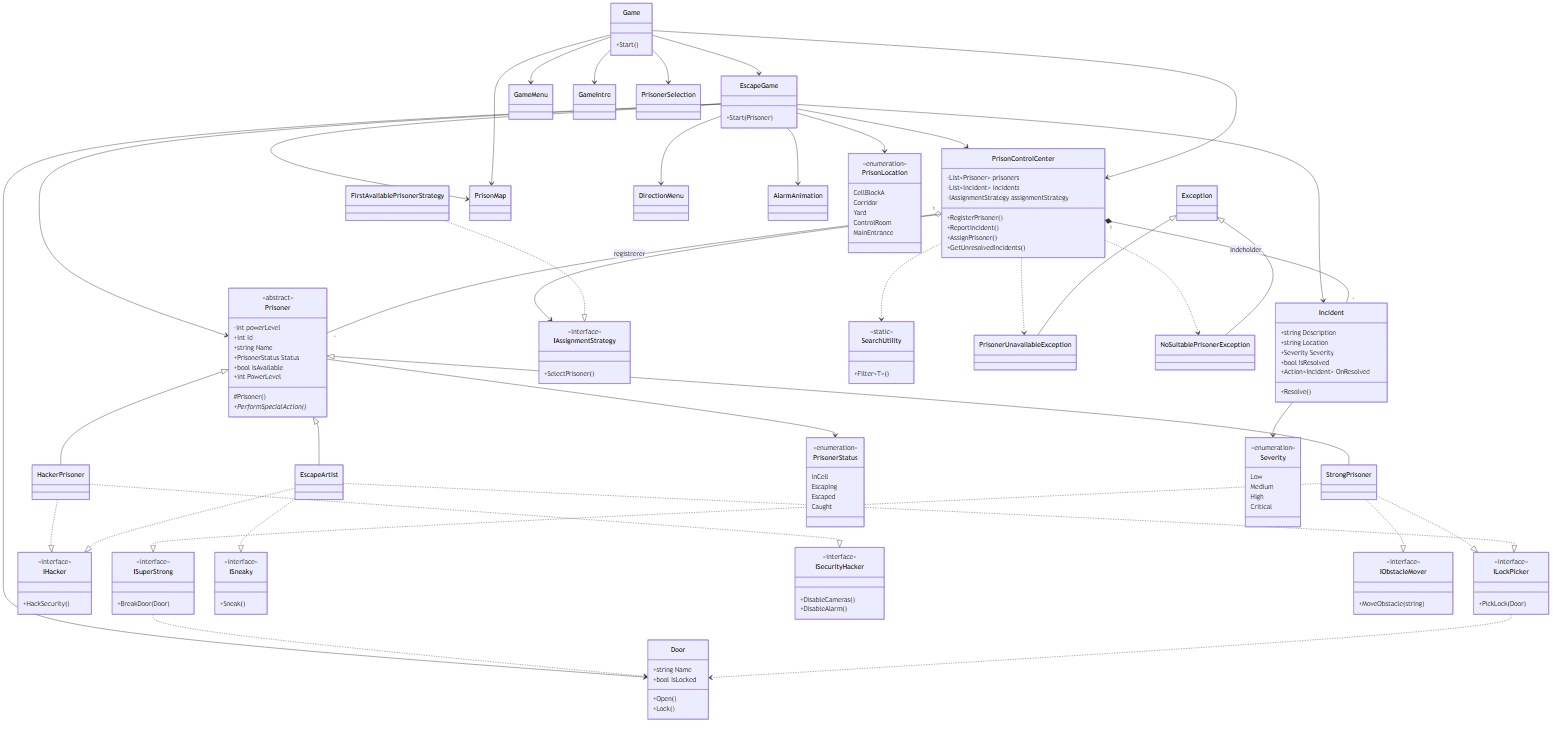
Above: PrisonEscape-UML.png in halimeekiz/F-ngselsflugts-simulator (Mermaid), before the change. Its source is kept beside it as PrisonEscape-UML.mmd. The source it was exported from:
```mermaid
classDiagram
    class Prisoner {
        <<abstract>>
        -int powerLevel
        +int Id
        +string Name
        +PrisonerStatus Status
        +bool IsAvailable
        +int PowerLevel
        #Prisoner()
        +PerformSpecialAction()*
    }

    class EscapeArtist
    class HackerPrisoner
    class StrongPrisoner

    Prisoner <|-- EscapeArtist
    Prisoner <|-- HackerPrisoner
    Prisoner <|-- StrongPrisoner

    class ILockPicker {
        <<interface>>
        +PickLock(Door)
    }
    class IHacker {
        <<interface>>
        +HackSecurity()
    }
    class ISuperStrong {
        <<interface>>
        +BreakDoor(Door)
    }
    class ISneaky {
        <<interface>>
        +Sneak()
    }
    class ISecurityHacker {
        <<interface>>
        +DisableCameras()
        +DisableAlarm()
    }
    class IObstacleMover {
        <<interface>>
        +MoveObstacle(string)
    }

    EscapeArtist ..|> ILockPicker
    EscapeArtist ..|> IHacker
    EscapeArtist ..|> ISneaky
    HackerPrisoner ..|> IHacker
    HackerPrisoner ..|> ISecurityHacker
    StrongPrisoner ..|> ISuperStrong
    StrongPrisoner ..|> ILockPicker
    StrongPrisoner ..|> IObstacleMover

    class Door {
        +string Name
        +bool IsLocked
        +Open()
        +Lock()
    }

    ILockPicker ..> Door
    ISuperStrong ..> Door

    class Incident {
        +string Description
        +string Location
        +Severity Severity
        +bool IsResolved
        +Action~Incident~ OnResolved
        +Resolve()
    }

    class PrisonControlCenter {
        -List~Prisoner~ prisoners
        -List~Incident~ incidents
        -IAssignmentStrategy assignmentStrategy
        +RegisterPrisoner()
        +ReportIncident()
        +AssignPrisoner()
        +GetUnresolvedIncidents()
    }

    class IAssignmentStrategy {
        <<interface>>
        +SelectPrisoner()
    }
    class FirstAvailablePrisonerStrategy
    FirstAvailablePrisonerStrategy ..|> IAssignmentStrategy

    PrisonControlCenter "1" o-- "*" Prisoner : registrerer
    PrisonControlCenter "1" *-- "*" Incident : indeholder
    PrisonControlCenter --> IAssignmentStrategy

    class SearchUtility {
        <<static>>
        +Filter~T~()
    }
    PrisonControlCenter ..> SearchUtility

    class PrisonerUnavailableException
    class NoSuitablePrisonerException
    Exception <|-- PrisonerUnavailableException
    Exception <|-- NoSuitablePrisonerException
    PrisonControlCenter ..> PrisonerUnavailableException
    PrisonControlCenter ..> NoSuitablePrisonerException

    class Game {
        +Start()
    }
    class EscapeGame {
        +Start(Prisoner)
    }

    Game --> PrisonControlCenter
    Game --> EscapeGame
    EscapeGame --> PrisonControlCenter
    EscapeGame --> Prisoner
    EscapeGame --> Door
    EscapeGame --> Incident

    class PrisonMap
    class DirectionMenu
    class GameMenu
    class GameIntro
    class PrisonerSelection
    class AlarmAnimation

    Game --> GameMenu
    Game --> GameIntro
    Game --> PrisonerSelection
    Game --> PrisonMap
    EscapeGame --> PrisonMap
    EscapeGame --> DirectionMenu
    EscapeGame --> AlarmAnimation

    class PrisonerStatus {
        <<enumeration>>
        InCell
        Escaping
        Escaped
        Caught
    }
    class Severity {
        <<enumeration>>
        Low
        Medium
        High
        Critical
    }
    class PrisonLocation {
        <<enumeration>>
        CellBlockA
        Corridor
        Yard
        ControlRoom
        MainEntrance
    }

    Prisoner --> PrisonerStatus
    Incident --> Severity
    EscapeGame --> PrisonLocation
```
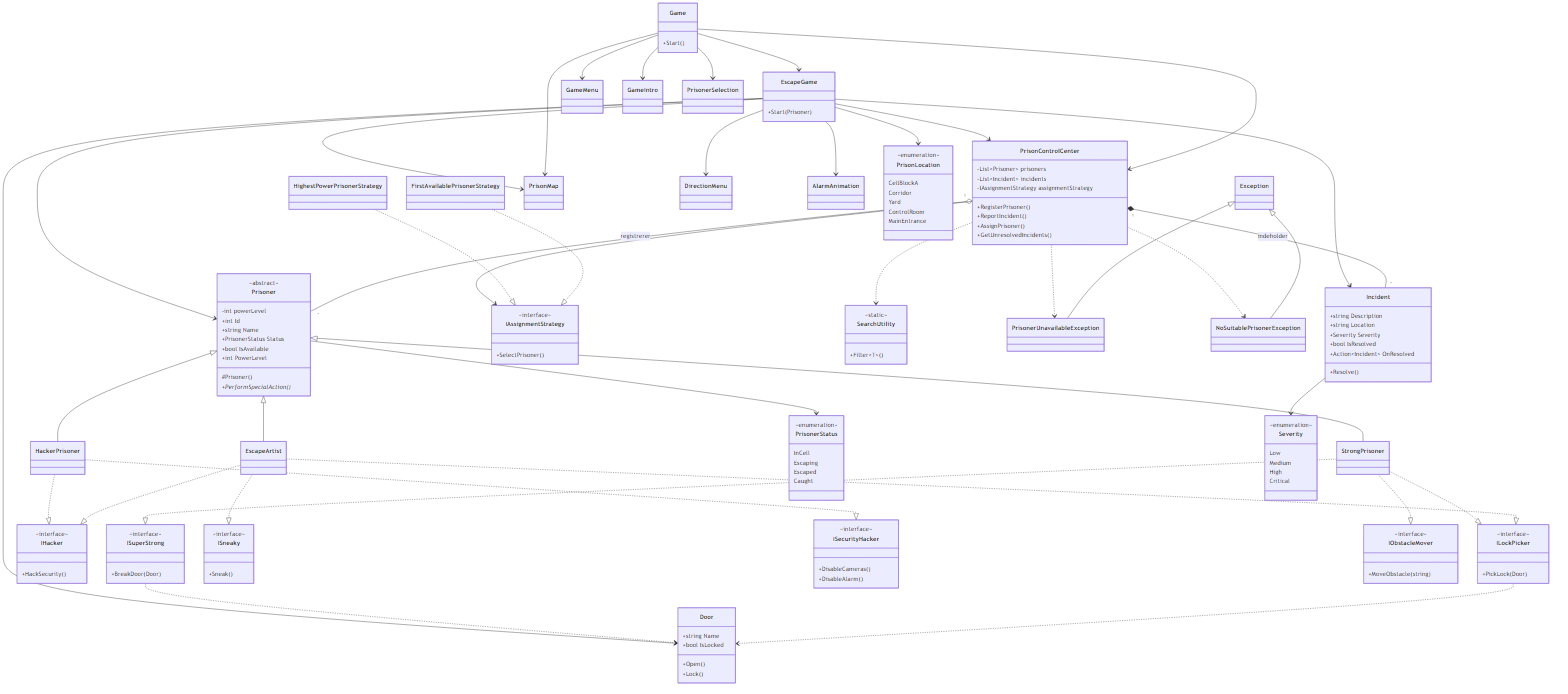
The same diagram one commit later.

What changed in the source:
```diff
@@ -88,7 +88,9 @@
         +SelectPrisoner()
     }
     class FirstAvailablePrisonerStrategy
+    class HighestPowerPrisonerStrategy
     FirstAvailablePrisonerStrategy ..|> IAssignmentStrategy
+    HighestPowerPrisonerStrategy ..|> IAssignmentStrategy
 
     PrisonControlCenter "1" o-- "*" Prisoner : registrerer
     PrisonControlCenter "1" *-- "*" Incident : indeholder
```
